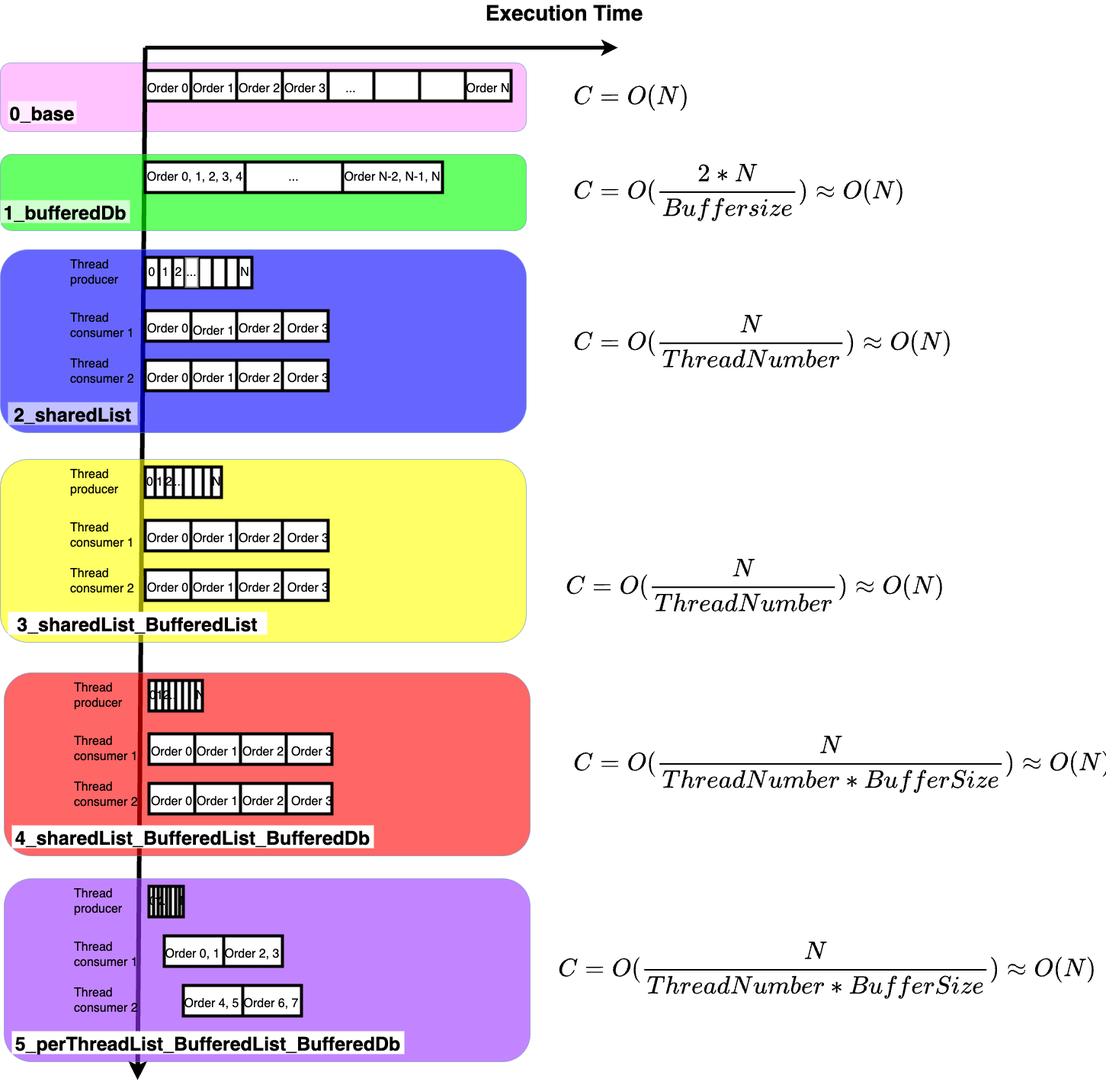
Earlier version of the draw.io export resource/algorithmicComplexity.drawio.png (simbadSid/creedandbear_test). Source tidied: cells renumbered, new cells last; positions are measured from the earlier drawing's top-left corner, leaving out a move shared by most shapes.
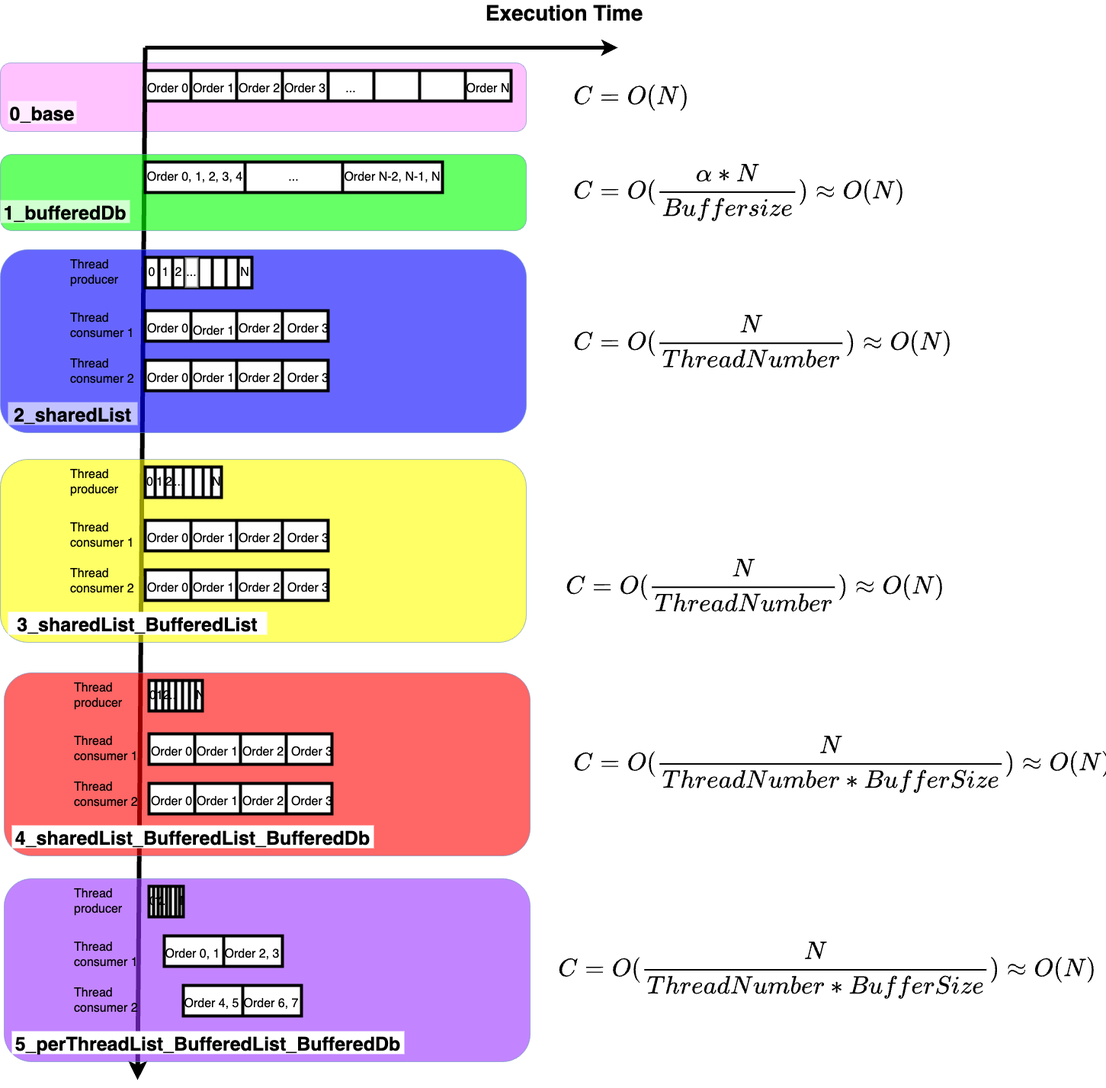
Later version of the same file.

What changed in the source:
```diff
@@ -488,7 +488,7 @@
     <mxCell id="161" value="&lt;b&gt;&lt;font style=&quot;font-size: 28px;&quot;&gt;$$ C = O(N) $$&lt;/font&gt;&lt;/b&gt;" style="text;html=1;strokeColor=none;fillColor=none;align=left;verticalAlign=middle;whiteSpace=wrap;rounded=0;" parent="1" vertex="1">
       <mxGeometry x="750" y="110" width="200" height="30" as="geometry" />
     </mxCell>
-    <mxCell id="162" value="&lt;b&gt;&lt;font style=&quot;font-size: 28px;&quot;&gt;$$ C = O(\frac{2 * N}{ Buffer size}) \approx&amp;nbsp;O(N) $$&lt;br&gt;&lt;/font&gt;&lt;/b&gt;" style="text;html=1;strokeColor=none;fillColor=none;align=left;verticalAlign=middle;whiteSpace=wrap;rounded=0;" parent="1" vertex="1">
+    <mxCell id="162" value="&lt;b&gt;&lt;font style=&quot;font-size: 28px;&quot;&gt;$$ C = O(\frac{\alpha * N}{ Buffer size}) \approx&amp;nbsp;O(N) $$&lt;br&gt;&lt;/font&gt;&lt;/b&gt;" style="text;html=1;strokeColor=none;fillColor=none;align=left;verticalAlign=middle;whiteSpace=wrap;rounded=0;" parent="1" vertex="1">
       <mxGeometry x="750" y="205" width="350" height="90" as="geometry" />
     </mxCell>
     <mxCell id="163" value="&lt;b&gt;&lt;font style=&quot;font-size: 28px;&quot;&gt;$$ C = O(\frac{N}{Thread Number}) \approx O(N) $$&lt;br&gt;&lt;/font&gt;&lt;/b&gt;" style="text;html=1;strokeColor=none;fillColor=none;align=left;verticalAlign=middle;whiteSpace=wrap;rounded=0;" parent="1" vertex="1">
```
